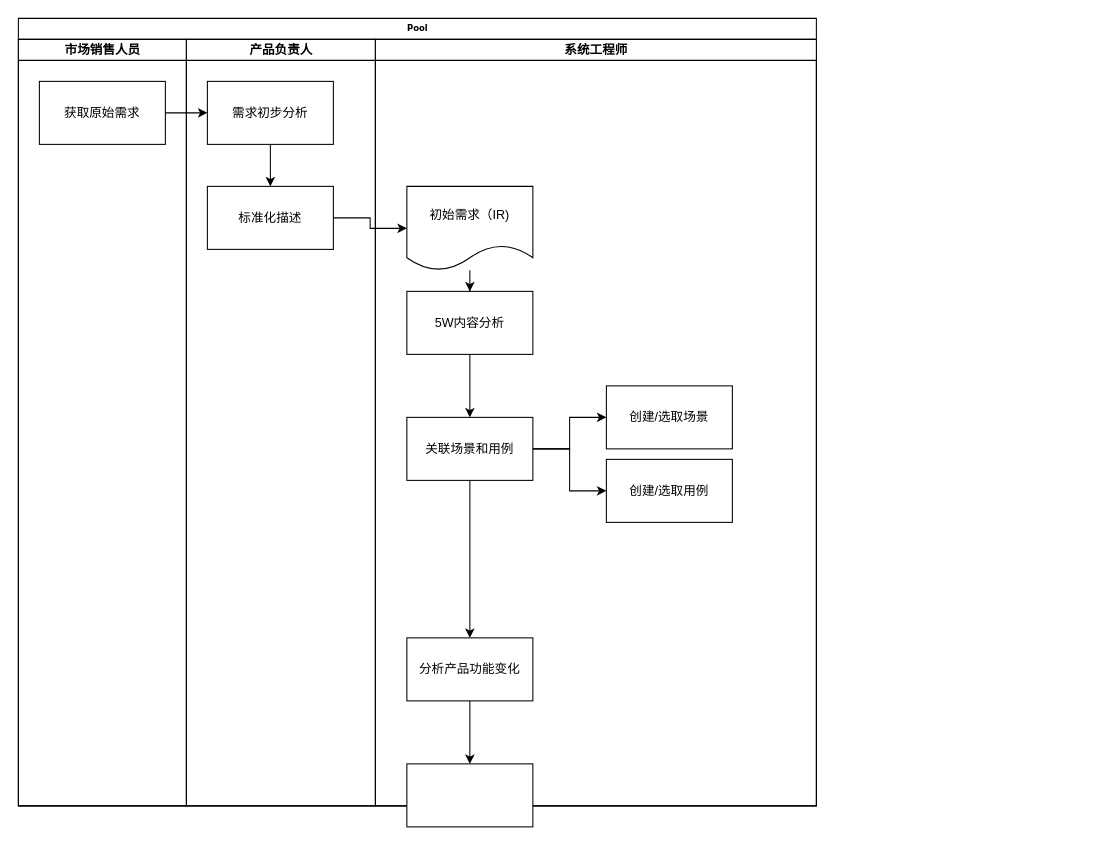
Above: 系统设计.drawio in onlyzlc/docs (draw.io), before the change. Source tidied: cells renumbered, new cells numbered last; positions are measured from the earlier drawing's top-left corner, leaving out a move shared by most shapes. Both pictures are drawn from the tidied source at 105%, with x=0, y=0 at pixel (18, 18).
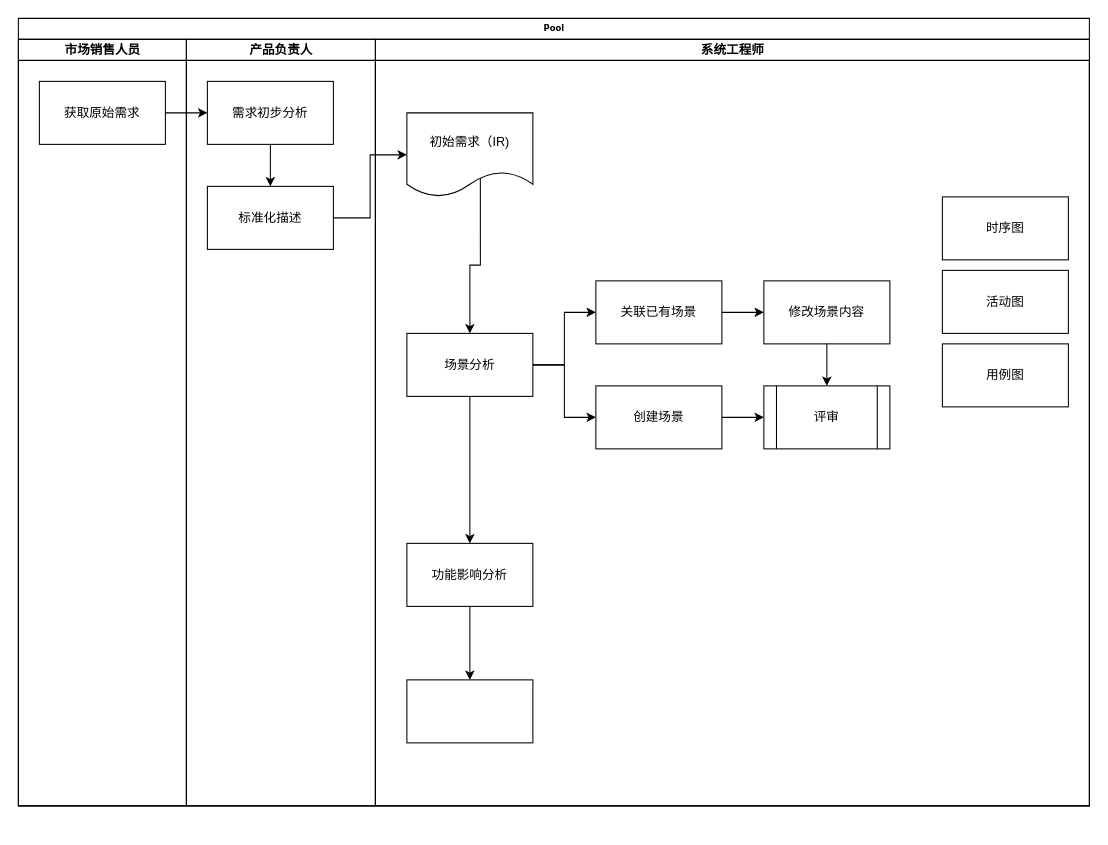
The same page after the edit.

Commit message:
更新系统设计.drawio

The change refers to these unchanged cells:
```xml
<mxCell id="4" value="获取原始需求" style="rounded=0;whiteSpace=wrap;html=1;" parent="3" vertex="1">
  <mxGeometry x="20" y="40" width="120" height="60" as="geometry" />
</mxCell>
<mxCell id="7" value="需求初步分析" style="rounded=0;whiteSpace=wrap;html=1;" parent="5" vertex="1">
  <mxGeometry x="20" y="40" width="120" height="60" as="geometry" />
</mxCell>
<mxCell id="8" value="标准化描述" style="rounded=0;whiteSpace=wrap;html=1;" parent="5" vertex="1">
  <mxGeometry x="20" y="140" width="120" height="60" as="geometry" />
</mxCell>
```

The edit, as a diff of the source:
```diff
@@
     <mxCell id="2" value="Pool" style="swimlane;html=1;startSize=20;rounded=0;shadow=0;labelBackgroundColor=none;strokeWidth=1;fontFamily=Verdana;fontSize=8;align=center;" parent="1" vertex="1">
-      <mxGeometry width="760" height="750" as="geometry" />
+      <mxGeometry width="1020" height="750" as="geometry" />
     </mxCell>
@@
+    <mxCell id="23" style="edgeStyle=orthogonalEdgeStyle;rounded=0;jettySize=auto;html=1;" parent="2" edge="1" source="4" target="7">
+      <mxGeometry relative="1" as="geometry" />
+    </mxCell>
+    <mxCell id="24" style="edgeStyle=orthogonalEdgeStyle;rounded=0;jettySize=auto;html=1;entryX=0;entryY=0.5;entryDx=0;entryDy=0;" parent="2" edge="1" source="8" target="22">
+      <mxGeometry relative="1" as="geometry" />
+    </mxCell>
     <mxCell id="9" value="系统工程师" style="swimlane;html=1;startSize=20;" parent="2" vertex="1">
-      <mxGeometry x="340" y="20" width="420" height="730" as="geometry" />
+      <mxGeometry x="340" y="20" width="680" height="730" as="geometry" />
     </mxCell>
-    <mxCell id="10" style="edgeStyle=orthogonalEdgeStyle;rounded=0;jettySize=auto;html=1;" parent="9" edge="1" source="11" target="15">
+    <mxCell id="10" style="edgeStyle=orthogonalEdgeStyle;rounded=0;jettySize=auto;html=1;exitX=0.583;exitY=0.5;exitDx=0;exitDy=0;exitPerimeter=0;" parent="9" edge="1" source="22" target="15">
       <mxGeometry relative="1" as="geometry" />
     </mxCell>
-    <mxCell id="11" value="5W内容分析" style="rounded=0;whiteSpace=wrap;html=1;" parent="9" vertex="1">
-      <mxGeometry x="30" y="240" width="120" height="60" as="geometry" />
-    </mxCell>
@@
-    <mxCell id="14" style="edgeStyle=orthogonalEdgeStyle;rounded=0;jettySize=auto;html=1;" parent="9" edge="1" source="15" target="19">
-      <mxGeometry relative="1" as="geometry" />
-    </mxCell>
-    <mxCell id="15" value="关联场景和用例" style="rounded=0;whiteSpace=wrap;html=1;" parent="9" vertex="1">
-      <mxGeometry x="30" y="360" width="120" height="60" as="geometry" />
+    <mxCell id="15" value="场景分析" style="rounded=0;whiteSpace=wrap;html=1;" parent="9" vertex="1">
+      <mxGeometry x="30" y="280" width="120" height="60" as="geometry" />
     </mxCell>
+    <mxCell id="25" style="edgeStyle=orthogonalEdgeStyle;rounded=0;jettySize=auto;html=1;" parent="9" edge="1" source="16" target="28">
+      <mxGeometry relative="1" as="geometry" />
+    </mxCell>
-    <mxCell id="16" value="创建/选取场景" style="rounded=0;whiteSpace=wrap;html=1;" parent="9" vertex="1">
-      <mxGeometry x="220" y="330" width="120" height="60" as="geometry" />
+    <mxCell id="16" value="关联已有场景" style="rounded=0;whiteSpace=wrap;html=1;" parent="9" vertex="1">
+      <mxGeometry x="210" y="230" width="120" height="60" as="geometry" />
     </mxCell>
+    <mxCell id="26" style="edgeStyle=orthogonalEdgeStyle;rounded=0;jettySize=auto;html=1;" parent="9" edge="1" source="17" target="29">
+      <mxGeometry relative="1" as="geometry" />
+    </mxCell>
-    <mxCell id="17" value="创建/选取用例" style="rounded=0;whiteSpace=wrap;html=1;" parent="9" vertex="1">
-      <mxGeometry x="220" y="400" width="120" height="60" as="geometry" />
+    <mxCell id="17" value="创建场景" style="rounded=0;whiteSpace=wrap;html=1;" parent="9" vertex="1">
+      <mxGeometry x="210" y="330" width="120" height="60" as="geometry" />
     </mxCell>
@@
-    <mxCell id="19" value="分析产品功能变化" style="rounded=0;whiteSpace=wrap;html=1;" parent="9" vertex="1">
-      <mxGeometry x="30" y="570" width="120" height="60" as="geometry" />
+    <mxCell id="19" value="功能影响分析" style="rounded=0;whiteSpace=wrap;html=1;" parent="9" vertex="1">
+      <mxGeometry x="30" y="480" width="120" height="60" as="geometry" />
     </mxCell>
     <mxCell id="20" style="rounded=0;whiteSpace=wrap;html=1;" parent="9" vertex="1">
-      <mxGeometry x="30" y="690" width="120" height="60" as="geometry" />
+      <mxGeometry x="30" y="610" width="120" height="60" as="geometry" />
     </mxCell>
-    <mxCell id="21" style="edgeStyle=orthogonalEdgeStyle;rounded=0;jettySize=auto;html=1;" parent="9" edge="1" source="22" target="11">
-      <mxGeometry relative="1" as="geometry" />
-    </mxCell>
     <mxCell id="22" value="初始需求（IR)" style="shape=document;whiteSpace=wrap;html=1;boundedLbl=1;" parent="9" vertex="1">
-      <mxGeometry x="30" y="140" width="120" height="80" as="geometry" />
+      <mxGeometry x="30" y="70" width="120" height="80" as="geometry" />
     </mxCell>
-    <mxCell id="23" style="edgeStyle=orthogonalEdgeStyle;rounded=0;jettySize=auto;html=1;" parent="2" edge="1" source="4" target="7">
-      <mxGeometry relative="1" as="geometry" />
-    </mxCell>
-    <mxCell id="24" style="edgeStyle=orthogonalEdgeStyle;rounded=0;jettySize=auto;html=1;entryX=0;entryY=0.5;entryDx=0;entryDy=0;" parent="2" edge="1" source="8" target="22">
-      <mxGeometry relative="1" as="geometry" />
-    </mxCell>
+    <mxCell id="27" style="edgeStyle=orthogonalEdgeStyle;rounded=0;jettySize=auto;html=1;" parent="9" edge="1" source="28" target="29">
+      <mxGeometry relative="1" as="geometry" />
+    </mxCell>
+    <mxCell id="28" value="修改场景内容" style="rounded=0;whiteSpace=wrap;html=1;" parent="9" vertex="1">
+      <mxGeometry x="370" y="230" width="120" height="60" as="geometry" />
+    </mxCell>
+    <mxCell id="29" value="评审" style="rounded=0;whiteSpace=wrap;html=1;shape=process;backgroundOutline=1;" parent="9" vertex="1">
+      <mxGeometry x="370" y="330" width="120" height="60" as="geometry" />
+    </mxCell>
+    <mxCell id="14" style="edgeStyle=orthogonalEdgeStyle;rounded=0;jettySize=auto;html=1;" parent="9" edge="1" source="15" target="19">
+      <mxGeometry relative="1" as="geometry" />
+    </mxCell>
+    <mxCell id="30" value="时序图" style="rounded=0;whiteSpace=wrap;html=1;" parent="9" vertex="1">
+      <mxGeometry x="540" y="150" width="120" height="60" as="geometry" />
+    </mxCell>
+    <mxCell id="31" value="活动图" style="rounded=0;whiteSpace=wrap;html=1;" parent="9" vertex="1">
+      <mxGeometry x="540" y="220" width="120" height="60" as="geometry" />
+    </mxCell>
+    <mxCell id="32" value="用例图" style="rounded=0;whiteSpace=wrap;html=1;" parent="9" vertex="1">
+      <mxGeometry x="540" y="290" width="120" height="60" as="geometry" />
+    </mxCell>
```
